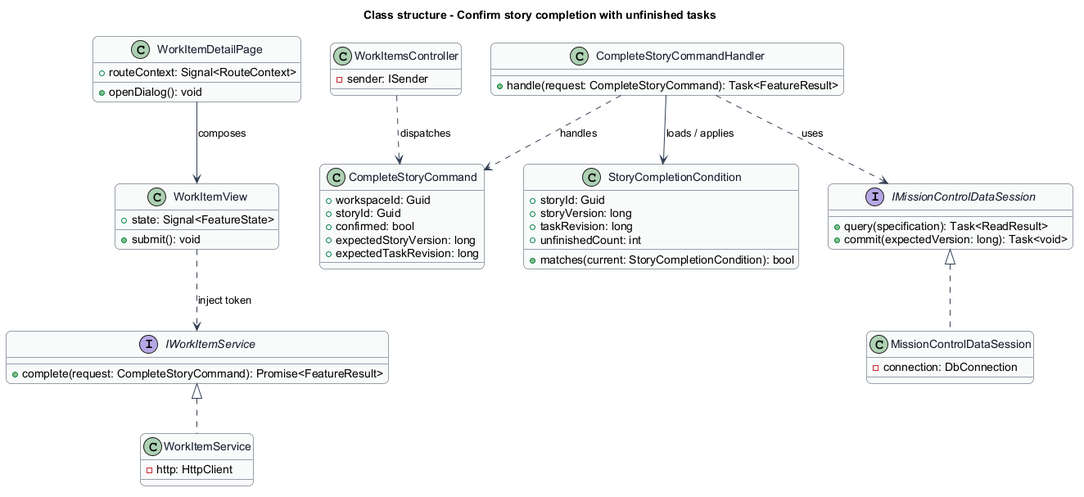
Earlier version of the PlantUML export docs/detailed-designs/kanban/confirm-story-completion/diagrams/class-structure.png (QuinntyneBrown/mission-control).
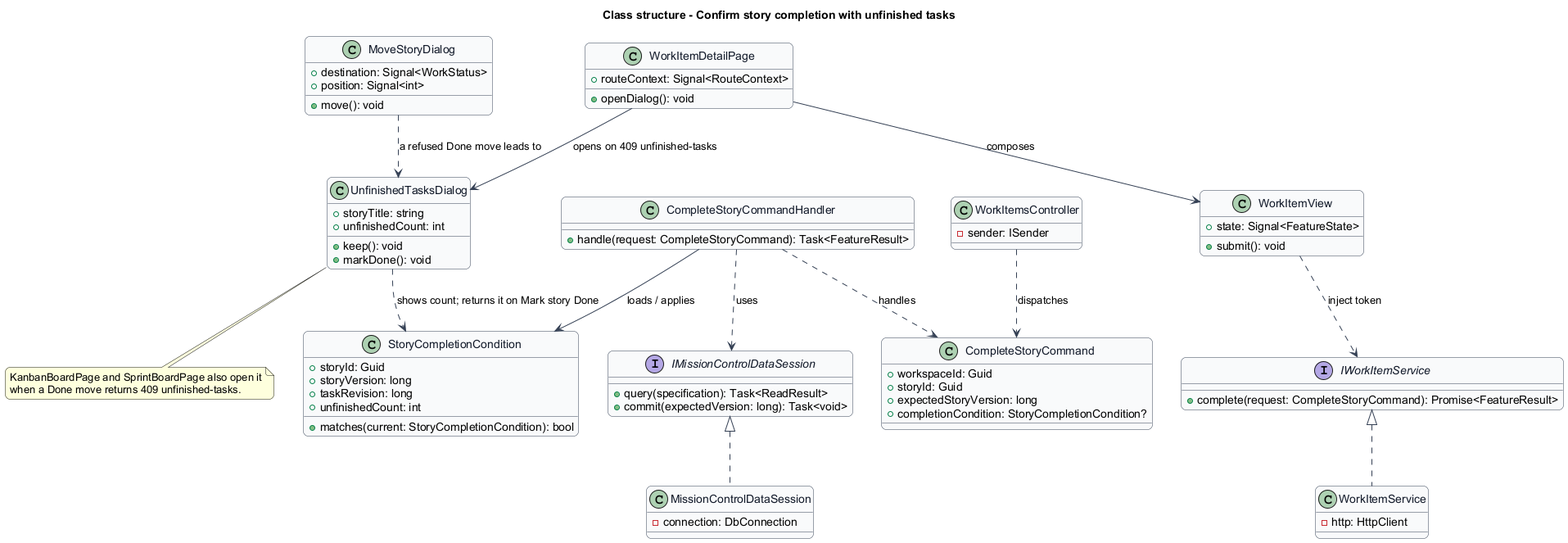
The same diagram one commit later.

What changed in the source:
```diff
@@ -23,6 +23,21 @@
   +routeContext: Signal<RouteContext>
   +openDialog(): void
 }
+class MoveStoryDialog {
+  +destination: Signal<WorkStatus>
+  +position: Signal<int>
+  +move(): void
+}
+class UnfinishedTasksDialog {
+  +storyTitle: string
+  +unfinishedCount: int
+  +keep(): void
+  +markDone(): void
+}
+note bottom of UnfinishedTasksDialog
+  KanbanBoardPage and SprintBoardPage also open it
+  when a Done move returns 409 unfinished-tasks.
+end note
 class WorkItemView {
   +state: Signal<FeatureState>
   +submit(): void
@@ -51,15 +66,17 @@
   -connection: DbConnection
 }
 WorkItemDetailPage --> WorkItemView : composes
+WorkItemDetailPage --> UnfinishedTasksDialog : opens on 409 unfinished-tasks
+MoveStoryDialog ..> UnfinishedTasksDialog : a refused Done move leads to
+UnfinishedTasksDialog ..> StoryCompletionCondition : shows count; returns it on Mark story Done
 WorkItemView ..> IWorkItemService : inject token
 IWorkItemService <|.. WorkItemService
 IMissionControlDataSession <|.. MissionControlDataSession
 class CompleteStoryCommand {
   +workspaceId: Guid
   +storyId: Guid
-  +confirmed: bool
   +expectedStoryVersion: long
-  +expectedTaskRevision: long
+  +completionCondition: StoryCompletionCondition?
 }
 class CompleteStoryCommandHandler {
   +handle(request: CompleteStoryCommand): Task<FeatureResult>
```
